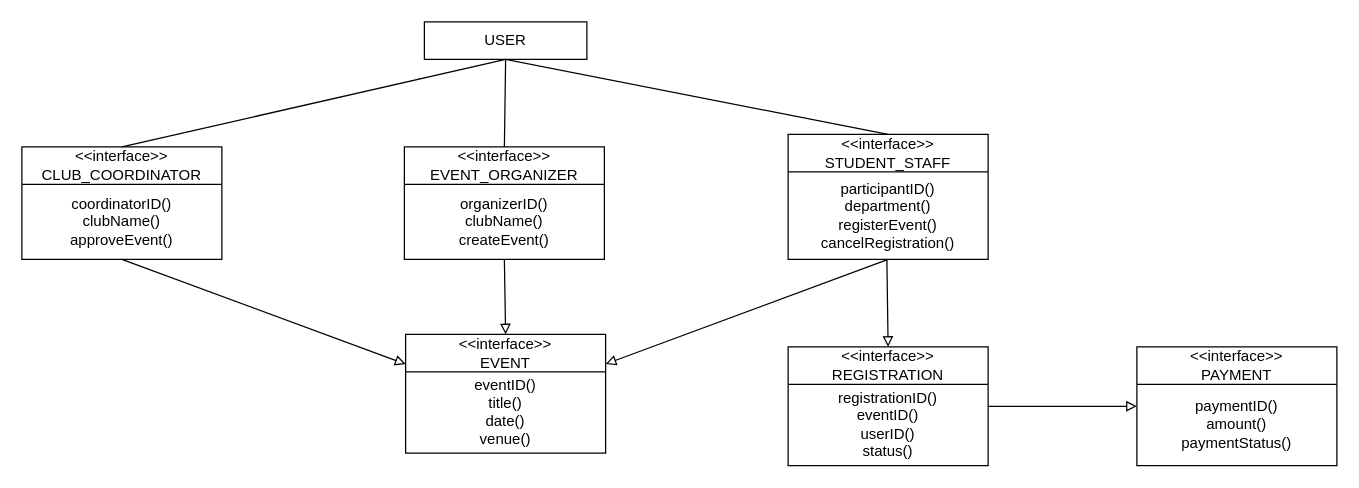
This is CERS-DomainModelDiagram.drawio from chari-00/SystemModeling-SoftwareDesign, a draw.io file, before an edit. Source tidied: cells renumbered, new cells numbered last; positions are measured from the earlier drawing's top-left corner, leaving out a move shared by most shapes. Both pictures are drawn from the tidied source at 125%, with x=0, y=0 at pixel (21, 21).
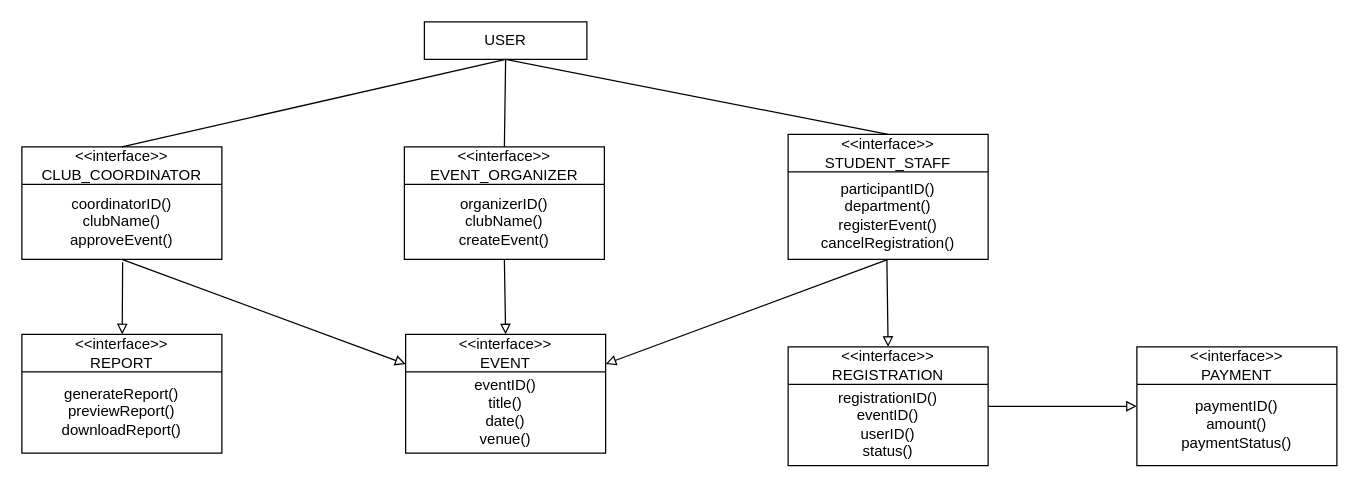
Above is the later version.

Unchanged cells that the change refers to:
```xml
<mxCell id="4" value="coordinatorID()&lt;br&gt;clubName()&lt;br&gt;approveEvent()" style="text;html=1;whiteSpace=wrap;strokeColor=none;fillColor=none;align=center;verticalAlign=middle;rounded=0;" parent="3" vertex="1">
  <mxGeometry x="20" y="30" width="120" height="60" as="geometry" />
</mxCell>
```

What changed in the source:
```diff
@@
+    <mxCell id="23" value="&lt;div&gt;&amp;lt;&amp;lt;interface&amp;gt;&amp;gt;&lt;/div&gt;REPORT" style="swimlane;whiteSpace=wrap;html=1;startSize=30;fontStyle=0;" parent="1" vertex="1">
+      <mxGeometry y="250" width="160" height="95" as="geometry" />
+    </mxCell>
+    <mxCell id="24" value="generateReport()&lt;br&gt;previewReport()&lt;br&gt;downloadReport()" style="text;html=1;whiteSpace=wrap;strokeColor=none;fillColor=none;align=center;verticalAlign=middle;rounded=0;" parent="23" vertex="1">
+      <mxGeometry x="20" y="32" width="120" height="60" as="geometry" />
+    </mxCell>
+    <mxCell id="25" style="endArrow=block;html=1;rounded=0;exitX=0.505;exitY=1.037;exitDx=0;exitDy=0;endFill=0;exitPerimeter=0;" parent="1" edge="1" source="4" target="23">
+      <mxGeometry relative="1" as="geometry" />
+    </mxCell>
```
